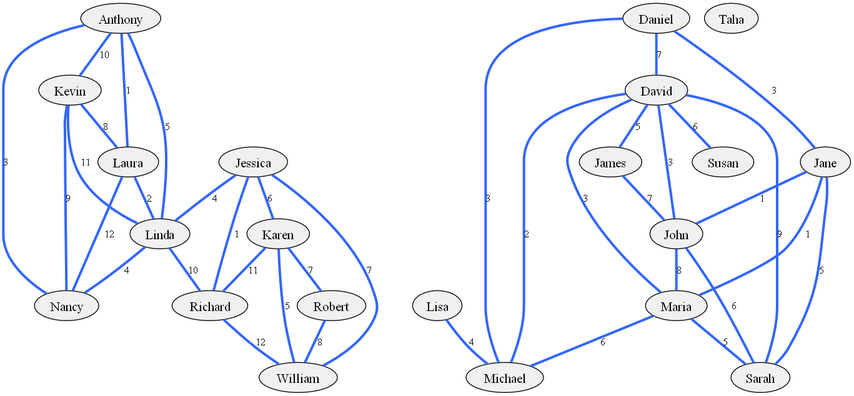
This is graph.png from TahaArbass/Social-Network-ADS, a Graphviz export, as it was before one commit. Its source is kept beside it as graph.dot.
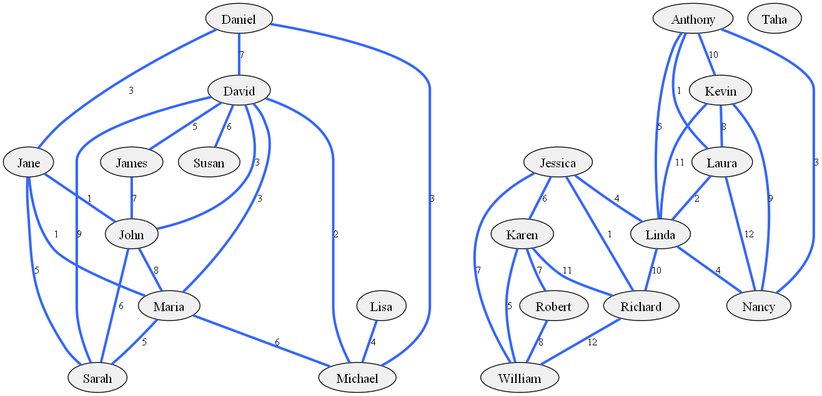
The same diagram one commit later.

What changed in the source:
```diff
@@ -2,58 +2,45 @@
   graph [splines=true, overlap=false];
   node [style=filled, fillcolor="#f0f0f0", shape=ellipse, fontcolor=black, fontsize=16];
   edge [fontcolor="black", fontsize=12, color="#3366ff", penwidth=3];
+  John;
+  Richard;
+  Jessica;
+  Jane;
+  Kevin;
+  David;
+  Nancy;
+  Sarah;
   Laura;
+  Lisa;
+  James;
   William;
   Linda;
-  Lisa;
   Taha;
   Daniel;
   Susan;
-  James;
   Robert;
   Maria;
-  Anthony;
   Karen;
   Michael;
-  Sarah;
-  Nancy;
-  David;
-  Kevin;
-  Jane;
-  Jessica;
-  Richard;
-  John;
+  Anthony;
+  Maria -- Sarah [label="5"];
+  Maria -- Michael [label="6"];
+  Robert -- William [label="8"];
   Laura -- Nancy [label="12"];
   Laura -- Linda [label="2"];
-  Linda -- Richard [label="10"];
-  Linda -- Nancy [label="4"];
   Lisa -- Michael [label="4"];
+  James -- John [label="7"];
   Daniel -- Jane [label="3"];
   Daniel -- David [label="7"];
   Daniel -- Michael [label="3"];
-  James -- John [label="7"];
-  Anthony -- Kevin [label="10"];
-  Anthony -- Laura [label="1"];
-  Anthony -- Nancy [label="3"];
-  Anthony -- Linda [label="5"];
-  Karen -- Robert [label="7"];
-  Karen -- Richard [label="11"];
-  Karen -- William [label="5"];
-  Robert -- William [label="8"];
-  Maria -- Sarah [label="5"];
-  Maria -- Michael [label="6"];
+  Linda -- Richard [label="10"];
+  Linda -- Nancy [label="4"];
   David -- John [label="3"];
   David -- Sarah [label="9"];
   David -- Michael [label="2"];
   David -- Maria [label="3"];
   David -- James [label="5"];
   David -- Susan [label="6"];
-  Kevin -- Laura [label="8"];
-  Kevin -- Nancy [label="9"];
-  Kevin -- Linda [label="11"];
-  Jane -- John [label="1"];
-  Jane -- Sarah [label="5"];
-  Jane -- Maria [label="1"];
   Jessica -- Richard [label="1"];
   Jessica -- Linda [label="4"];
   Jessica -- Karen [label="6"];
@@ -61,4 +48,17 @@
   Richard -- William [label="12"];
   John -- Sarah [label="6"];
   John -- Maria [label="8"];
+  Karen -- Robert [label="7"];
+  Karen -- Richard [label="11"];
+  Karen -- William [label="5"];
+  Anthony -- Kevin [label="10"];
+  Anthony -- Laura [label="1"];
+  Anthony -- Nancy [label="3"];
+  Anthony -- Linda [label="5"];
+  Jane -- John [label="1"];
+  Jane -- Sarah [label="5"];
+  Jane -- Maria [label="1"];
+  Kevin -- Laura [label="8"];
+  Kevin -- Nancy [label="9"];
+  Kevin -- Linda [label="11"];
 }
```
